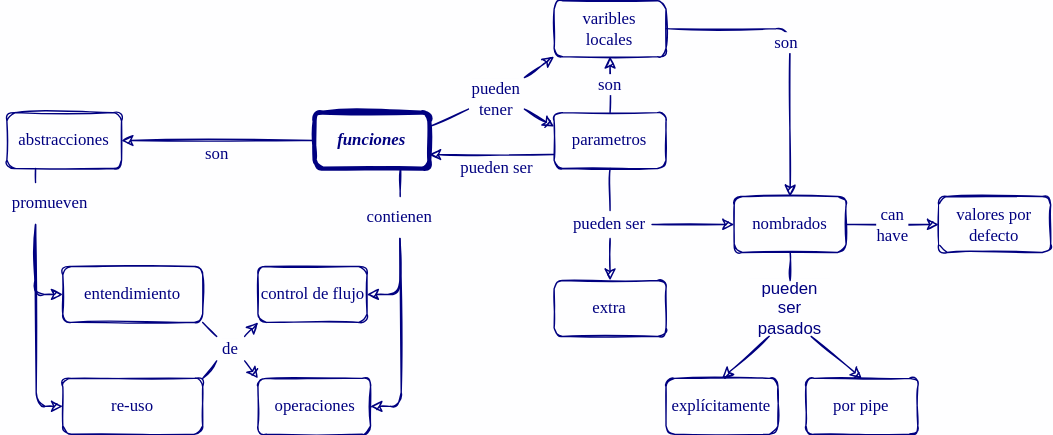
Earlier version of the draw.io export es/functions.svg (rstudio/concept-maps). Source tidied: cells renumbered, new cells last; positions are measured from the earlier drawing's top-left corner, leaving out a move shared by most shapes. Its diagram source:
```xml
<mxGraphModel background="#FEFEFF">
  <root>
    <mxCell id="0" />
    <mxCell id="1" parent="0" />
    <mxCell id="2" value="&lt;font style=&quot;font-size: 12px&quot;&gt;&lt;i&gt;&lt;b&gt;funciones&lt;/b&gt;&lt;/i&gt;&lt;/font&gt;" style="whiteSpace=wrap;html=1;shadow=0;comic=0;strokeWidth=3;fontSize=12;align=center;fillColor=none;fontFamily=Verdana;strokeColor=#000080;labelBackgroundColor=#FEFEFF;rounded=1;sketch=1;fontColor=#000080;" parent="1" vertex="1">
      <mxGeometry x="220" y="80" width="82" height="40" as="geometry" />
    </mxCell>
    <mxCell id="3" value="control de flujo" style="whiteSpace=wrap;html=1;shadow=0;comic=0;strokeWidth=1;fontSize=12;align=center;fillColor=none;fontFamily=Verdana;strokeColor=#000080;labelBackgroundColor=#FEFEFF;rounded=1;sketch=1;fontColor=#000080;" parent="1" vertex="1">
      <mxGeometry x="179.5" y="190" width="78" height="40" as="geometry" />
    </mxCell>
    <mxCell id="4" value="&lt;font style=&quot;font-size: 12px&quot;&gt;operaciones&lt;/font&gt;" style="whiteSpace=wrap;html=1;shadow=0;comic=0;strokeWidth=1;fontSize=12;align=center;fillColor=none;fontFamily=Verdana;strokeColor=#000080;labelBackgroundColor=#FEFEFF;rounded=1;sketch=1;fontColor=#000080;" parent="1" vertex="1">
      <mxGeometry x="179.5" y="270" width="80.5" height="40" as="geometry" />
    </mxCell>
    <mxCell id="5" style="edgeStyle=none;html=1;exitX=0.5;exitY=1;shadow=0;startArrow=none;startFill=0;endArrow=none;endFill=0;jettySize=auto;strokeWidth=1;fontFamily=Verdana;fontSize=12;align=center;strokeColor=#000080;labelBackgroundColor=#FEFEFF;exitDx=0;exitDy=0;entryX=0.5;entryY=0;entryDx=0;entryDy=0;sketch=1;fontColor=#000080;" parent="1" edge="1" source="6" target="12">
      <mxGeometry relative="1" as="geometry" />
    </mxCell>
    <mxCell id="6" value="&lt;font style=&quot;font-size: 12px&quot;&gt;parametros&lt;/font&gt;" style="whiteSpace=wrap;html=1;shadow=0;comic=0;strokeWidth=1;fontSize=12;align=center;fillColor=none;fontFamily=Verdana;strokeColor=#000080;labelBackgroundColor=#FEFEFF;rounded=1;sketch=1;fontColor=#000080;" parent="1" vertex="1">
      <mxGeometry x="391.2" y="80" width="80" height="40" as="geometry" />
    </mxCell>
    <mxCell id="7" value="pueden ser" style="edgeStyle=none;html=1;entryX=0;entryY=0.75;shadow=0;startArrow=classic;startFill=1;endArrow=none;endFill=0;jettySize=auto;strokeWidth=1;fontFamily=Verdana;fontSize=12;align=center;strokeColor=#000080;labelBackgroundColor=#FEFEFF;sketch=1;fontColor=#000080;exitX=1;exitY=0.75;exitDx=0;exitDy=0;entryDx=0;entryDy=0;" parent="1" edge="1" source="2" target="6">
      <mxGeometry x="0.08" y="-10" relative="1" as="geometry" />
    </mxCell>
    <mxCell id="8" value="nombrados" style="whiteSpace=wrap;html=1;shadow=0;comic=0;strokeWidth=1;fontSize=12;align=center;fillColor=none;fontFamily=Verdana;strokeColor=#000080;labelBackgroundColor=#FEFEFF;rounded=1;sketch=1;fontColor=#000080;" parent="1" vertex="1">
      <mxGeometry x="520" y="140" width="80" height="40" as="geometry" />
    </mxCell>
    <mxCell id="9" value="extra" style="whiteSpace=wrap;html=1;shadow=0;comic=0;strokeWidth=1;fontSize=12;align=center;fillColor=none;fontFamily=Verdana;strokeColor=#000080;labelBackgroundColor=#FEFEFF;rounded=1;sketch=1;fontColor=#000080;" parent="1" vertex="1">
      <mxGeometry x="391.2" y="200" width="80" height="40" as="geometry" />
    </mxCell>
    <mxCell id="10" style="edgeStyle=none;html=1;exitX=1;exitY=0.5;shadow=0;startArrow=none;startFill=0;endArrow=classic;endFill=1;jettySize=auto;strokeWidth=1;fontFamily=Verdana;fontSize=12;align=center;strokeColor=#000080;labelBackgroundColor=#FEFEFF;exitDx=0;exitDy=0;sketch=1;fontColor=#000080;entryX=0;entryY=0.5;entryDx=0;entryDy=0;" parent="1" edge="1" source="12" target="8">
      <mxGeometry relative="1" as="geometry" />
    </mxCell>
    <mxCell id="11" style="edgeStyle=none;html=1;exitX=0.5;exitY=1;entryX=0.5;entryY=0;shadow=0;startArrow=none;startFill=0;endArrow=classic;endFill=1;jettySize=auto;strokeWidth=1;fontFamily=Verdana;fontSize=12;align=center;strokeColor=#000080;labelBackgroundColor=#FEFEFF;entryDx=0;entryDy=0;exitDx=0;exitDy=0;sketch=1;fontColor=#000080;" parent="1" edge="1" source="12" target="9">
      <mxGeometry relative="1" as="geometry" />
    </mxCell>
    <mxCell id="12" value="pueden ser" style="text;html=1;fillColor=none;align=center;verticalAlign=middle;whiteSpace=wrap;shadow=0;comic=0;fontFamily=Verdana;fontSize=12;labelBackgroundColor=#FEFEFF;rounded=1;sketch=1;fontColor=#000080;" parent="1" vertex="1">
      <mxGeometry x="401.2" y="150" width="60" height="20" as="geometry" />
    </mxCell>
    <mxCell id="13" value="can&lt;br style=&quot;font-size: 12px;&quot;&gt;have" style="edgeStyle=none;html=1;exitX=1;exitY=0.5;entryX=0;entryY=0.5;shadow=0;startArrow=none;startFill=0;endArrow=classic;endFill=1;jettySize=auto;strokeWidth=1;fontFamily=Verdana;fontSize=12;align=center;strokeColor=#000080;labelBackgroundColor=#FEFEFF;exitDx=0;exitDy=0;entryDx=0;entryDy=0;sketch=1;fontColor=#000080;" parent="1" edge="1" source="8" target="14">
      <mxGeometry relative="1" as="geometry" />
    </mxCell>
    <mxCell id="14" value="&lt;font style=&quot;font-size: 12px ; background-color: rgb(254 , 254 , 255)&quot;&gt;valores por defecto&lt;br&gt;&lt;/font&gt;" style="whiteSpace=wrap;html=1;shadow=0;comic=0;strokeWidth=1;fontSize=12;align=center;fillColor=none;fontFamily=Verdana;strokeColor=#000080;labelBackgroundColor=#FEFEFF;rounded=1;sketch=1;fontColor=#000080;" parent="1" vertex="1">
      <mxGeometry x="666.2" y="140" width="80" height="40" as="geometry" />
    </mxCell>
    <mxCell id="15" value="&lt;font style=&quot;font-size: 12px&quot;&gt;abstracciones&lt;/font&gt;" style="whiteSpace=wrap;html=1;shadow=0;comic=0;strokeWidth=1;fontSize=12;align=center;fillColor=none;fontFamily=Verdana;strokeColor=#000080;labelBackgroundColor=#FEFEFF;rounded=1;sketch=1;fontColor=#000080;" parent="1" vertex="1">
      <mxGeometry y="80" width="82" height="40" as="geometry" />
    </mxCell>
    <mxCell id="16" value="son" style="edgeStyle=none;html=1;exitX=0;exitY=0.5;shadow=0;startArrow=none;startFill=0;endArrow=classic;endFill=1;jettySize=auto;strokeWidth=1;fontFamily=Verdana;fontSize=12;align=center;strokeColor=#000080;labelBackgroundColor=#FEFEFF;exitDx=0;exitDy=0;sketch=1;fontColor=#000080;entryX=1;entryY=0.5;entryDx=0;entryDy=0;" parent="1" edge="1" source="2" target="15">
      <mxGeometry x="0.01" y="10" relative="1" as="geometry" />
    </mxCell>
    <mxCell id="17" value="entendimiento" style="whiteSpace=wrap;html=1;shadow=0;comic=0;strokeWidth=1;fontSize=12;align=center;fillColor=none;fontFamily=Verdana;strokeColor=#000080;labelBackgroundColor=#FEFEFF;rounded=1;sketch=1;fontColor=#000080;" parent="1" vertex="1">
      <mxGeometry x="40" y="190" width="100" height="40" as="geometry" />
    </mxCell>
    <mxCell id="18" value="&lt;font style=&quot;font-size: 12px&quot;&gt;re-uso&lt;/font&gt;" style="whiteSpace=wrap;html=1;shadow=0;comic=0;strokeWidth=1;fontSize=12;align=center;fillColor=none;fontFamily=Verdana;strokeColor=#000080;labelBackgroundColor=#FEFEFF;rounded=1;sketch=1;fontColor=#000080;" parent="1" vertex="1">
      <mxGeometry x="40" y="270" width="100" height="40" as="geometry" />
    </mxCell>
    <mxCell id="19" value="pueden ser pasados" style="text;html=1;strokeColor=none;fillColor=none;align=center;verticalAlign=middle;whiteSpace=wrap;labelBackgroundColor=#FEFEFF;rounded=1;sketch=1;fontSize=12;fontColor=#000080;" parent="1" vertex="1">
      <mxGeometry x="530" y="200" width="60" height="40" as="geometry" />
    </mxCell>
    <mxCell id="20" value="explícitamente" style="whiteSpace=wrap;html=1;shadow=0;comic=0;strokeWidth=1;fontSize=12;align=center;fillColor=none;fontFamily=Verdana;strokeColor=#000080;labelBackgroundColor=#FEFEFF;rounded=1;sketch=1;fontColor=#000080;" parent="1" vertex="1">
      <mxGeometry x="471.2" y="270" width="80" height="40" as="geometry" />
    </mxCell>
    <mxCell id="21" value="por pipe" style="whiteSpace=wrap;html=1;shadow=0;comic=0;strokeWidth=1;fontSize=12;align=center;fillColor=none;fontFamily=Verdana;strokeColor=#000080;labelBackgroundColor=#FEFEFF;rounded=1;sketch=1;fontColor=#000080;" parent="1" vertex="1">
      <mxGeometry x="571.2" y="270" width="80" height="40" as="geometry" />
    </mxCell>
    <mxCell id="22" style="edgeStyle=none;html=1;exitX=0.25;exitY=1;shadow=0;startArrow=none;startFill=0;endArrow=classic;endFill=1;jettySize=auto;strokeWidth=1;fontFamily=Verdana;fontSize=12;align=center;strokeColor=#000080;labelBackgroundColor=#FEFEFF;exitDx=0;exitDy=0;sketch=1;fontColor=#000080;entryX=0.5;entryY=0;entryDx=0;entryDy=0;" parent="1" edge="1" source="19" target="20">
      <mxGeometry relative="1" as="geometry" />
    </mxCell>
    <mxCell id="23" style="edgeStyle=none;html=1;exitX=0.75;exitY=1;shadow=0;startArrow=none;startFill=0;endArrow=classic;endFill=1;jettySize=auto;strokeWidth=1;fontFamily=Verdana;fontSize=12;align=center;strokeColor=#000080;labelBackgroundColor=#FEFEFF;exitDx=0;exitDy=0;entryX=0.5;entryY=0;entryDx=0;entryDy=0;sketch=1;fontColor=#000080;" parent="1" edge="1" source="19" target="21">
      <mxGeometry relative="1" as="geometry" />
    </mxCell>
    <mxCell id="24" value="pueden&lt;br&gt;tener" style="text;html=1;fillColor=none;align=center;verticalAlign=middle;whiteSpace=wrap;shadow=0;comic=0;fontFamily=Verdana;fontSize=12;labelBackgroundColor=#FEFEFF;rounded=1;sketch=1;fontColor=#000080;" parent="1" vertex="1">
      <mxGeometry x="330" y="55" width="40" height="30" as="geometry" />
    </mxCell>
    <mxCell id="25" style="edgeStyle=none;html=1;exitX=1;exitY=0.25;shadow=0;startArrow=none;startFill=0;endArrow=none;endFill=0;jettySize=auto;strokeWidth=1;fontFamily=Verdana;fontSize=12;align=center;strokeColor=#000080;labelBackgroundColor=#FEFEFF;exitDx=0;exitDy=0;entryX=0;entryY=0.75;entryDx=0;entryDy=0;sketch=1;fontColor=#000080;" parent="1" edge="1" source="2" target="24">
      <mxGeometry relative="1" as="geometry" />
    </mxCell>
    <mxCell id="26" value="&lt;font style=&quot;font-size: 12px&quot;&gt;varibles&lt;br&gt;locales&lt;br&gt;&lt;/font&gt;" style="whiteSpace=wrap;html=1;shadow=0;comic=0;strokeWidth=1;fontSize=12;align=center;fillColor=none;fontFamily=Verdana;strokeColor=#000080;labelBackgroundColor=#FEFEFF;rounded=1;sketch=1;fontColor=#000080;" parent="1" vertex="1">
      <mxGeometry x="391.2" width="80" height="40" as="geometry" />
    </mxCell>
    <mxCell id="27" style="edgeStyle=none;html=1;shadow=0;startArrow=none;startFill=0;endArrow=classic;endFill=1;jettySize=auto;strokeWidth=1;fontFamily=Verdana;fontSize=12;align=center;strokeColor=#000080;labelBackgroundColor=#FEFEFF;sketch=1;fontColor=#000080;entryX=0;entryY=1;entryDx=0;entryDy=0;exitX=1;exitY=0;exitDx=0;exitDy=0;" parent="1" edge="1" source="24" target="26">
      <mxGeometry relative="1" as="geometry" />
    </mxCell>
    <mxCell id="28" style="edgeStyle=none;html=1;entryX=0;entryY=0.25;shadow=0;startArrow=none;startFill=0;endArrow=classic;endFill=1;jettySize=auto;strokeWidth=1;fontFamily=Verdana;fontSize=12;align=center;strokeColor=#000080;labelBackgroundColor=#FEFEFF;entryDx=0;entryDy=0;sketch=1;fontColor=#000080;exitX=1;exitY=0.75;exitDx=0;exitDy=0;" parent="1" edge="1" source="24" target="6">
      <mxGeometry relative="1" as="geometry" />
    </mxCell>
    <mxCell id="29" value="son" style="edgeStyle=none;html=1;shadow=0;startArrow=none;startFill=0;endArrow=classic;endFill=1;jettySize=auto;strokeWidth=1;fontFamily=Verdana;fontSize=12;align=center;strokeColor=#000080;labelBackgroundColor=#FEFEFF;sketch=1;fontColor=#000080;exitX=0.5;exitY=0;exitDx=0;exitDy=0;entryX=0.5;entryY=1;entryDx=0;entryDy=0;" parent="1" edge="1" source="6" target="26">
      <mxGeometry relative="1" as="geometry" />
    </mxCell>
    <mxCell id="30" style="edgeStyle=none;html=1;shadow=0;startArrow=none;startFill=0;endArrow=classic;endFill=1;jettySize=auto;strokeWidth=1;fontFamily=Verdana;fontSize=12;align=center;strokeColor=#000080;labelBackgroundColor=#FEFEFF;sketch=1;fontColor=#000080;exitX=0.5;exitY=1;exitDx=0;exitDy=0;entryX=1;entryY=0.5;entryDx=0;entryDy=0;" parent="1" edge="1" source="31" target="4">
      <mxGeometry relative="1" as="geometry">
        <Array as="points">
          <mxPoint x="282" y="290" />
        </Array>
      </mxGeometry>
    </mxCell>
    <mxCell id="31" value="contienen" style="text;html=1;fillColor=none;align=center;verticalAlign=middle;whiteSpace=wrap;shadow=0;comic=0;fontFamily=Verdana;fontSize=12;labelBackgroundColor=#FEFEFF;rounded=1;sketch=1;fontColor=#000080;" parent="1" vertex="1">
      <mxGeometry x="260" y="140" width="42" height="30" as="geometry" />
    </mxCell>
    <mxCell id="32" style="edgeStyle=none;html=1;exitX=0.75;exitY=1;shadow=0;startArrow=none;startFill=0;endArrow=none;endFill=0;jettySize=auto;strokeWidth=1;fontFamily=Verdana;fontSize=12;align=center;strokeColor=#000080;labelBackgroundColor=#FEFEFF;exitDx=0;exitDy=0;sketch=1;fontColor=#000080;" parent="1" edge="1" source="2" target="31">
      <mxGeometry relative="1" as="geometry" />
    </mxCell>
    <mxCell id="33" style="edgeStyle=none;html=1;shadow=0;startArrow=none;startFill=0;endArrow=classic;endFill=1;jettySize=auto;strokeWidth=1;fontFamily=Verdana;fontSize=12;align=center;strokeColor=#000080;labelBackgroundColor=#FEFEFF;sketch=1;fontColor=#000080;exitX=0.5;exitY=1;exitDx=0;exitDy=0;entryX=1;entryY=0.5;entryDx=0;entryDy=0;" parent="1" edge="1" source="31" target="3">
      <mxGeometry relative="1" as="geometry">
        <Array as="points">
          <mxPoint x="281" y="210" />
        </Array>
      </mxGeometry>
    </mxCell>
    <mxCell id="34" style="edgeStyle=none;html=1;exitX=0.5;exitY=1;shadow=0;startArrow=none;startFill=0;endArrow=none;endFill=0;jettySize=auto;strokeWidth=1;fontFamily=Verdana;fontSize=12;align=center;strokeColor=#000080;labelBackgroundColor=#FEFEFF;exitDx=0;exitDy=0;entryX=0.5;entryY=0;entryDx=0;entryDy=0;sketch=1;fontColor=#000080;" parent="1" edge="1" source="8" target="19">
      <mxGeometry relative="1" as="geometry" />
    </mxCell>
    <mxCell id="35" style="edgeStyle=none;html=1;exitX=0.25;exitY=1;shadow=0;startArrow=none;startFill=0;endArrow=none;endFill=0;jettySize=auto;strokeWidth=1;fontFamily=Verdana;fontSize=12;align=center;strokeColor=#000080;labelBackgroundColor=#FEFEFF;exitDx=0;exitDy=0;sketch=1;fontColor=#000080;entryX=0.25;entryY=0;entryDx=0;entryDy=0;" parent="1" edge="1" source="15" target="36">
      <mxGeometry relative="1" as="geometry" />
    </mxCell>
    <mxCell id="36" value="promueven" style="text;html=1;fillColor=none;align=center;verticalAlign=middle;whiteSpace=wrap;shadow=0;comic=0;fontFamily=Verdana;fontSize=12;labelBackgroundColor=#FEFEFF;rounded=1;sketch=1;fontColor=#000080;" parent="1" vertex="1">
      <mxGeometry x="10" y="130" width="42" height="30" as="geometry" />
    </mxCell>
    <mxCell id="37" style="edgeStyle=none;html=1;shadow=0;startArrow=none;startFill=0;endArrow=classic;endFill=1;jettySize=auto;strokeWidth=1;fontFamily=Verdana;fontSize=12;align=center;strokeColor=#000080;labelBackgroundColor=#FEFEFF;sketch=1;fontColor=#000080;exitX=0.25;exitY=1;exitDx=0;exitDy=0;entryX=0;entryY=0.5;entryDx=0;entryDy=0;" parent="1" edge="1" source="36" target="17">
      <mxGeometry relative="1" as="geometry">
        <Array as="points">
          <mxPoint x="20" y="210" />
        </Array>
      </mxGeometry>
    </mxCell>
    <mxCell id="38" style="edgeStyle=none;html=1;shadow=0;startArrow=none;startFill=0;endArrow=classic;endFill=1;jettySize=auto;strokeWidth=1;fontFamily=Verdana;fontSize=12;align=center;strokeColor=#000080;labelBackgroundColor=#FEFEFF;sketch=1;fontColor=#000080;exitX=0.25;exitY=1;exitDx=0;exitDy=0;entryX=0;entryY=0.5;entryDx=0;entryDy=0;" parent="1" edge="1" source="36" target="18">
      <mxGeometry relative="1" as="geometry">
        <Array as="points">
          <mxPoint x="21" y="290" />
        </Array>
      </mxGeometry>
    </mxCell>
    <mxCell id="39" value="de" style="text;html=1;fillColor=none;align=center;verticalAlign=middle;whiteSpace=wrap;shadow=0;comic=0;fontFamily=Verdana;fontSize=12;labelBackgroundColor=#FEFEFF;rounded=1;sketch=1;fontColor=#000080;" parent="1" vertex="1">
      <mxGeometry x="150" y="240" width="20" height="17.5" as="geometry" />
    </mxCell>
    <mxCell id="40" style="edgeStyle=none;html=1;exitX=1;exitY=1;shadow=0;startArrow=none;startFill=0;endArrow=none;endFill=0;jettySize=auto;strokeWidth=1;fontFamily=Verdana;fontSize=12;align=center;strokeColor=#000080;labelBackgroundColor=#FEFEFF;exitDx=0;exitDy=0;sketch=1;fontColor=#000080;entryX=0;entryY=0;entryDx=0;entryDy=0;" parent="1" edge="1" source="17" target="39">
      <mxGeometry relative="1" as="geometry" />
    </mxCell>
    <mxCell id="41" style="edgeStyle=none;html=1;exitX=1;exitY=0;shadow=0;startArrow=none;startFill=0;endArrow=none;endFill=0;jettySize=auto;strokeWidth=1;fontFamily=Verdana;fontSize=12;align=center;strokeColor=#000080;labelBackgroundColor=#FEFEFF;exitDx=0;exitDy=0;sketch=1;fontColor=#000080;entryX=0;entryY=1;entryDx=0;entryDy=0;" parent="1" edge="1" source="18" target="39">
      <mxGeometry relative="1" as="geometry" />
    </mxCell>
    <mxCell id="42" style="edgeStyle=none;html=1;exitX=1;exitY=1;entryX=0;entryY=0;shadow=0;startArrow=none;startFill=0;endArrow=classic;endFill=1;jettySize=auto;strokeWidth=1;fontFamily=Verdana;fontSize=12;align=center;strokeColor=#000080;labelBackgroundColor=#FEFEFF;entryDx=0;entryDy=0;exitDx=0;exitDy=0;sketch=1;fontColor=#000080;" parent="1" edge="1" source="39" target="4">
      <mxGeometry relative="1" as="geometry" />
    </mxCell>
    <mxCell id="43" style="edgeStyle=none;html=1;exitX=1;exitY=0;entryX=0;entryY=1;shadow=0;startArrow=none;startFill=0;endArrow=classic;endFill=1;jettySize=auto;strokeWidth=1;fontFamily=Verdana;fontSize=12;align=center;strokeColor=#000080;labelBackgroundColor=#FEFEFF;entryDx=0;entryDy=0;exitDx=0;exitDy=0;sketch=1;fontColor=#000080;" parent="1" edge="1" source="39" target="3">
      <mxGeometry relative="1" as="geometry" />
    </mxCell>
    <mxCell id="44" value="son" style="edgeStyle=none;html=1;shadow=0;startArrow=none;startFill=0;endArrow=classic;endFill=1;jettySize=auto;strokeWidth=1;fontFamily=Verdana;fontSize=12;align=center;strokeColor=#000080;labelBackgroundColor=#FEFEFF;sketch=1;fontColor=#000080;exitX=1;exitY=0.5;exitDx=0;exitDy=0;entryX=0.5;entryY=0;entryDx=0;entryDy=0;" parent="1" edge="1" source="26" target="8">
      <mxGeometry x="-0.17" y="-10" relative="1" as="geometry">
        <Array as="points">
          <mxPoint x="560" y="20" />
        </Array>
      </mxGeometry>
    </mxCell>
  </root>
</mxGraphModel>
```
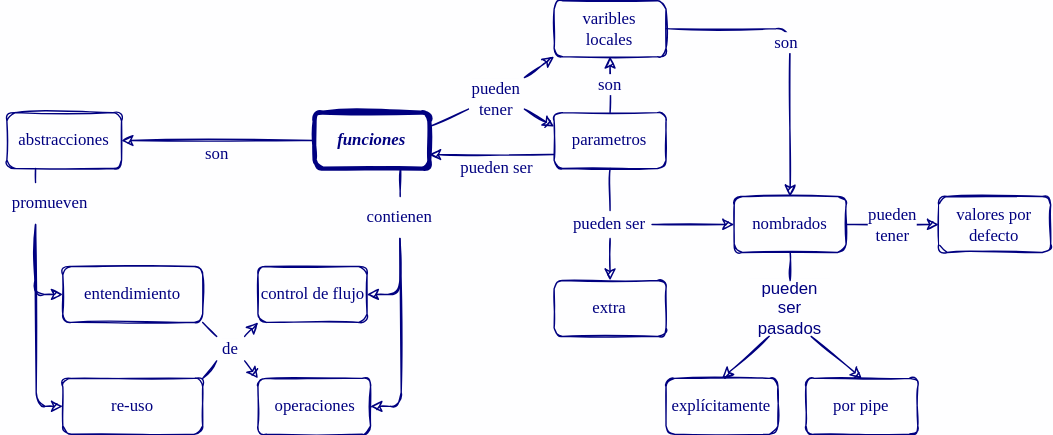
Above is the later version.

Commit message:
Traducción al español del concept_map de functions

Diff of the diagram source:
```diff
@@ -35,7 +35,7 @@
     <mxCell id="12" value="pueden ser" style="text;html=1;fillColor=none;align=center;verticalAlign=middle;whiteSpace=wrap;shadow=0;comic=0;fontFamily=Verdana;fontSize=12;labelBackgroundColor=#FEFEFF;rounded=1;sketch=1;fontColor=#000080;" parent="1" vertex="1">
       <mxGeometry x="401.2" y="150" width="60" height="20" as="geometry" />
     </mxCell>
-    <mxCell id="13" value="can&lt;br style=&quot;font-size: 12px;&quot;&gt;have" style="edgeStyle=none;html=1;exitX=1;exitY=0.5;entryX=0;entryY=0.5;shadow=0;startArrow=none;startFill=0;endArrow=classic;endFill=1;jettySize=auto;strokeWidth=1;fontFamily=Verdana;fontSize=12;align=center;strokeColor=#000080;labelBackgroundColor=#FEFEFF;exitDx=0;exitDy=0;entryDx=0;entryDy=0;sketch=1;fontColor=#000080;" parent="1" edge="1" source="8" target="14">
+    <mxCell id="13" value="pueden&lt;br style=&quot;font-size: 12px&quot;&gt;tener" style="edgeStyle=none;html=1;exitX=1;exitY=0.5;entryX=0;entryY=0.5;shadow=0;startArrow=none;startFill=0;endArrow=classic;endFill=1;jettySize=auto;strokeWidth=1;fontFamily=Verdana;fontSize=12;align=center;strokeColor=#000080;labelBackgroundColor=#FEFEFF;exitDx=0;exitDy=0;entryDx=0;entryDy=0;sketch=1;fontColor=#000080;" parent="1" edge="1" source="8" target="14">
       <mxGeometry relative="1" as="geometry" />
     </mxCell>
     <mxCell id="14" value="&lt;font style=&quot;font-size: 12px ; background-color: rgb(254 , 254 , 255)&quot;&gt;valores por defecto&lt;br&gt;&lt;/font&gt;" style="whiteSpace=wrap;html=1;shadow=0;comic=0;strokeWidth=1;fontSize=12;align=center;fillColor=none;fontFamily=Verdana;strokeColor=#000080;labelBackgroundColor=#FEFEFF;rounded=1;sketch=1;fontColor=#000080;" parent="1" vertex="1">
```
